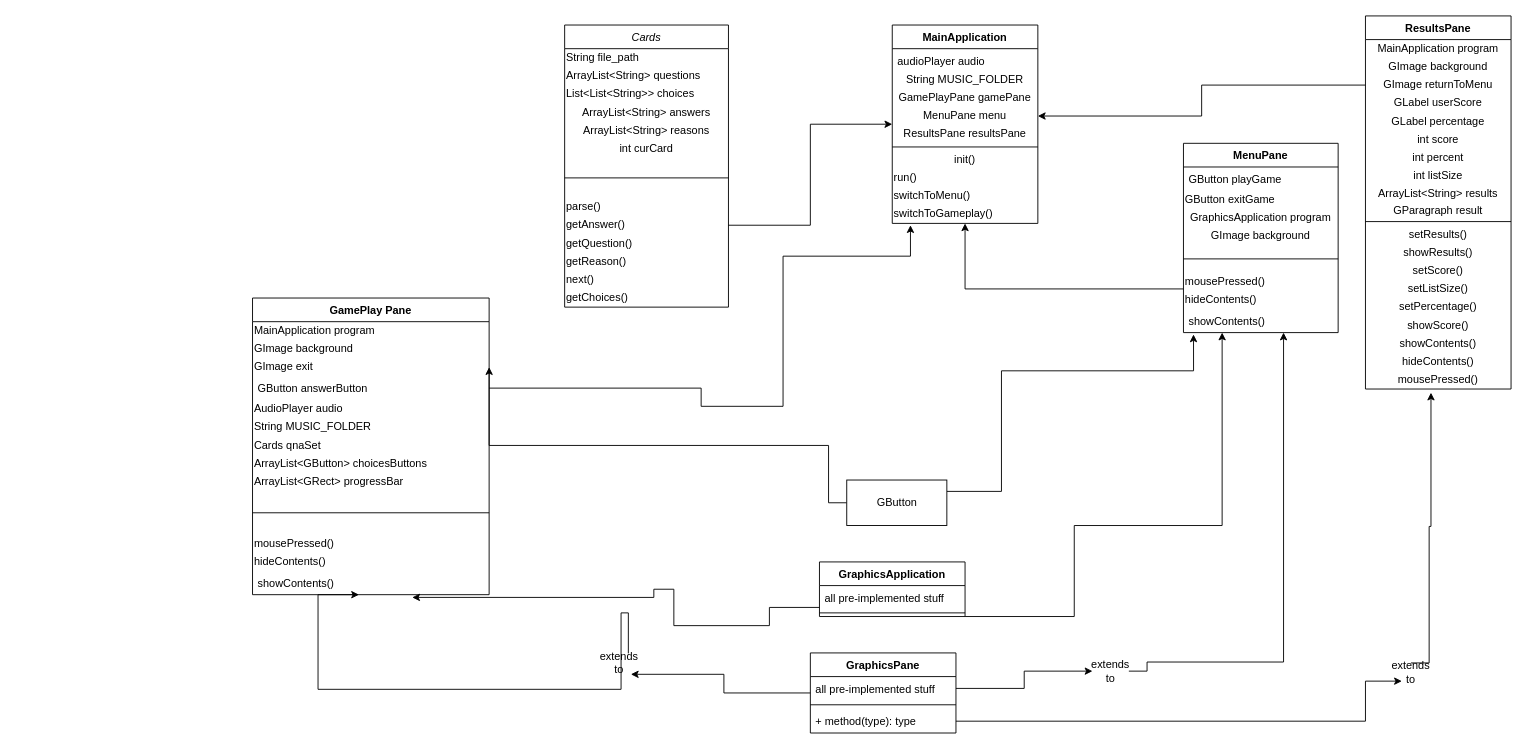
Earlier version of the draw.io diagram Untitled Diagram.drawio (Prot0ast/Repository-Name). Source tidied: cells renumbered, new cells numbered last; positions are measured from the earlier drawing's top-left corner, leaving out a move shared by most shapes. Both pictures are drawn from the tidied source at 91%, with x=0, y=0 at pixel (252, 15).
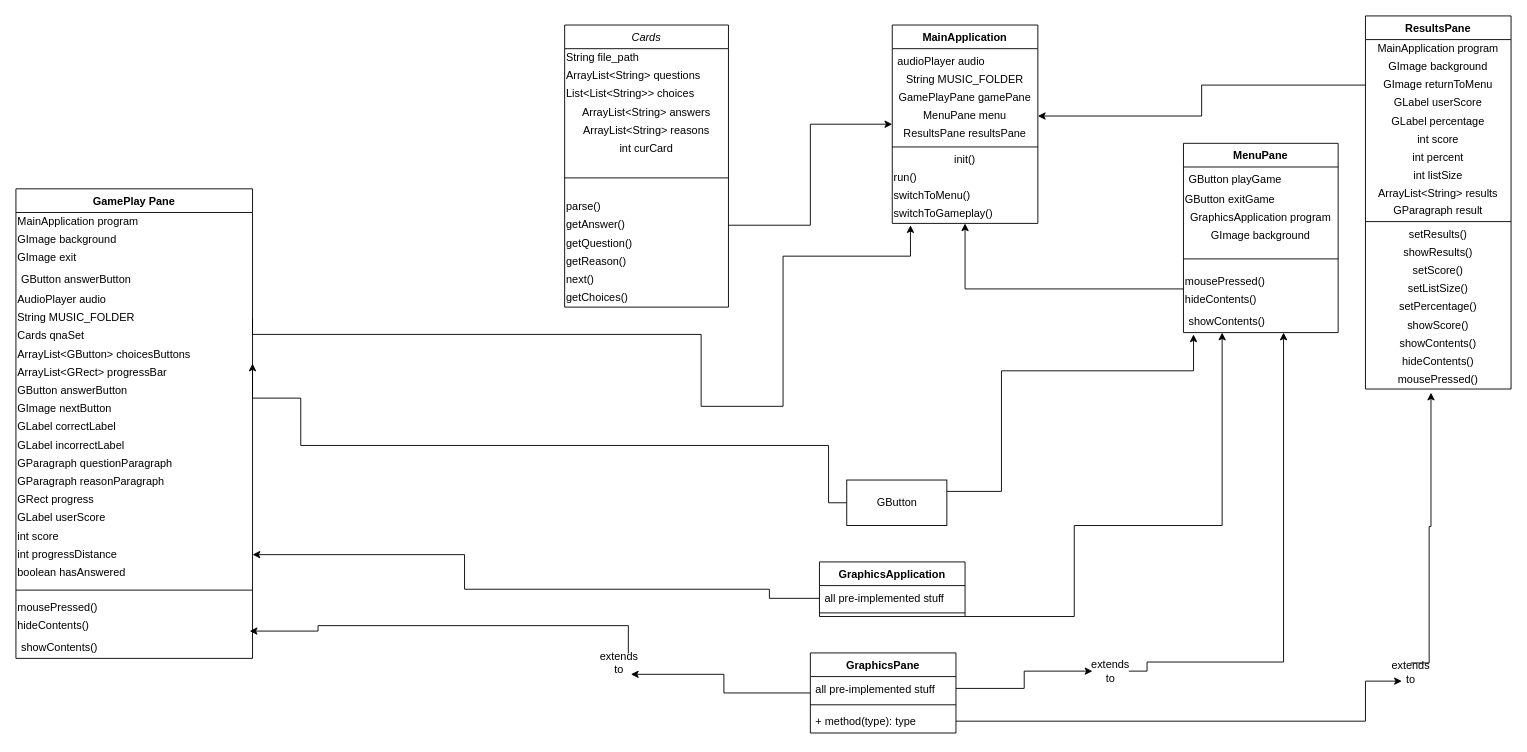
The same diagram, later.

The change refers to these unchanged cells:
```xml
<mxCell id="29" value="&lt;div align=&quot;left&quot;&gt;GImage exit&lt;/div&gt;" style="text;html=1;strokeColor=none;fillColor=none;align=left;verticalAlign=middle;whiteSpace=wrap;rounded=0;" parent="26" vertex="1">
  <mxGeometry y="66" width="260" height="20" as="geometry" />
</mxCell>
<mxCell id="30" value="GButton answerButton" style="text;strokeColor=none;fillColor=none;align=left;verticalAlign=top;spacingLeft=4;spacingRight=4;overflow=hidden;points=[[0,0.5],[1,0.5]];portConstraint=eastwest;" parent="26" vertex="1">
  <mxGeometry y="86" width="260" height="26" as="geometry" />
</mxCell>
<mxCell id="32" value="&lt;div align=&quot;left&quot;&gt;String MUSIC_FOLDER&lt;/div&gt;" style="text;html=1;strokeColor=none;fillColor=none;align=left;verticalAlign=middle;whiteSpace=wrap;rounded=0;" parent="26" vertex="1">
  <mxGeometry y="132" width="260" height="20" as="geometry" />
</mxCell>
<mxCell id="34" value="&lt;div align=&quot;left&quot;&gt;ArrayList&amp;lt;GButton&amp;gt; choicesButtons&lt;/div&gt;" style="text;html=1;strokeColor=none;fillColor=none;align=left;verticalAlign=middle;whiteSpace=wrap;rounded=0;" parent="26" vertex="1">
  <mxGeometry y="172" width="260" height="20" as="geometry" />
</mxCell>
<mxCell id="50" value="switchToGameplay()" style="text;html=1;strokeColor=none;fillColor=none;align=left;verticalAlign=middle;whiteSpace=wrap;rounded=0;" parent="40" vertex="1">
  <mxGeometry y="198" width="160" height="20" as="geometry" />
</mxCell>
<mxCell id="55" value="GraphicsApplication" style="swimlane;fontStyle=1;align=center;verticalAlign=top;horizontal=1;startSize=26;" parent="1" vertex="1">
  <mxGeometry x="623" y="600" width="160" height="60" as="geometry" />
</mxCell>
<mxCell id="64" value="extends to" style="text;html=1;strokeColor=none;fillColor=none;align=center;verticalAlign=middle;whiteSpace=wrap;rounded=0;" parent="1" vertex="1">
  <mxGeometry x="383" y="700.5" width="40" height="20" as="geometry" />
</mxCell>
<mxCell id="68" value="GButton" style="html=1;" parent="1" vertex="1">
  <mxGeometry x="653" y="510" width="110" height="50" as="geometry" />
</mxCell>
```

Diff of the diagram source:
```diff
@@
     <mxCell id="26" value="GamePlay Pane" style="swimlane;fontStyle=1;align=center;verticalAlign=top;horizontal=1;startSize=26;" parent="1" vertex="1">
-      <mxGeometry y="310" width="260" height="326" as="geometry" />
+      <mxGeometry x="-260" y="190" width="260" height="516" as="geometry" />
     </mxCell>
@@
+    <mxCell id="96" value="GButton answerButton" style="text;html=1;strokeColor=none;fillColor=none;align=left;verticalAlign=middle;whiteSpace=wrap;rounded=0;" parent="26" vertex="1">
+      <mxGeometry y="212" width="260" height="20" as="geometry" />
+    </mxCell>
+    <mxCell id="97" value="GImage nextButton" style="text;html=1;strokeColor=none;fillColor=none;align=left;verticalAlign=middle;whiteSpace=wrap;rounded=0;" parent="26" vertex="1">
+      <mxGeometry y="232" width="260" height="20" as="geometry" />
+    </mxCell>
+    <mxCell id="98" value="GLabel correctLabel" style="text;html=1;strokeColor=none;fillColor=none;align=left;verticalAlign=middle;whiteSpace=wrap;rounded=0;" parent="26" vertex="1">
+      <mxGeometry y="252" width="260" height="20" as="geometry" />
+    </mxCell>
+    <mxCell id="99" value="&lt;div align=&quot;left&quot;&gt;GLabel incorrectLabel&lt;br&gt;&lt;/div&gt;" style="text;html=1;strokeColor=none;fillColor=none;align=left;verticalAlign=middle;whiteSpace=wrap;rounded=0;" parent="26" vertex="1">
+      <mxGeometry y="272" width="260" height="20" as="geometry" />
+    </mxCell>
+    <mxCell id="100" value="&lt;div align=&quot;left&quot;&gt;GParagraph questionParagraph&lt;/div&gt;" style="text;html=1;strokeColor=none;fillColor=none;align=left;verticalAlign=middle;whiteSpace=wrap;rounded=0;" parent="26" vertex="1">
+      <mxGeometry y="292" width="260" height="20" as="geometry" />
+    </mxCell>
+    <mxCell id="101" value="&lt;div align=&quot;left&quot;&gt;GParagraph reasonParagraph&lt;/div&gt;" style="text;html=1;strokeColor=none;fillColor=none;align=left;verticalAlign=middle;whiteSpace=wrap;rounded=0;" parent="26" vertex="1">
+      <mxGeometry y="312" width="260" height="20" as="geometry" />
+    </mxCell>
+    <mxCell id="102" value="GRect progress" style="text;html=1;strokeColor=none;fillColor=none;align=left;verticalAlign=middle;whiteSpace=wrap;rounded=0;" parent="26" vertex="1">
+      <mxGeometry y="332" width="260" height="20" as="geometry" />
+    </mxCell>
+    <mxCell id="103" value="&lt;div align=&quot;left&quot;&gt;GLabel userScore&lt;/div&gt;" style="text;html=1;strokeColor=none;fillColor=none;align=left;verticalAlign=middle;whiteSpace=wrap;rounded=0;" parent="26" vertex="1">
+      <mxGeometry y="352" width="260" height="20" as="geometry" />
+    </mxCell>
+    <mxCell id="104" value="&lt;div align=&quot;left&quot;&gt;int score&lt;/div&gt;" style="text;html=1;strokeColor=none;fillColor=none;align=left;verticalAlign=middle;whiteSpace=wrap;rounded=0;" parent="26" vertex="1">
+      <mxGeometry y="372" width="260" height="20" as="geometry" />
+    </mxCell>
+    <mxCell id="105" value="&lt;div align=&quot;left&quot;&gt;int progressDistance&lt;/div&gt;" style="text;html=1;strokeColor=none;fillColor=none;align=left;verticalAlign=middle;whiteSpace=wrap;rounded=0;" parent="26" vertex="1">
+      <mxGeometry y="392" width="260" height="20" as="geometry" />
+    </mxCell>
+    <mxCell id="106" value="&lt;div align=&quot;left&quot;&gt;boolean hasAnswered&lt;/div&gt;" style="text;html=1;strokeColor=none;fillColor=none;align=left;verticalAlign=middle;whiteSpace=wrap;rounded=0;" parent="26" vertex="1">
+      <mxGeometry y="412" width="260" height="20" as="geometry" />
+    </mxCell>
     <mxCell id="36" style="line;strokeWidth=1;fillColor=none;align=left;verticalAlign=middle;spacingTop=-1;spacingLeft=3;spacingRight=3;labelPosition=right;" parent="26" vertex="1">
-      <mxGeometry y="212" width="260" height="48" as="geometry" />
+      <mxGeometry y="432" width="260" height="18" as="geometry" />
     </mxCell>
     <mxCell id="37" value="&lt;div align=&quot;left&quot;&gt;mousePressed()&lt;/div&gt;" style="text;html=1;strokeColor=none;fillColor=none;align=left;verticalAlign=middle;whiteSpace=wrap;rounded=0;" parent="26" vertex="1">
-      <mxGeometry y="260" width="260" height="20" as="geometry" />
+      <mxGeometry y="450" width="260" height="20" as="geometry" />
     </mxCell>
     <mxCell id="38" value="&lt;div align=&quot;left&quot;&gt;hideContents()&lt;/div&gt;" style="text;html=1;strokeColor=none;fillColor=none;align=left;verticalAlign=middle;whiteSpace=wrap;rounded=0;" parent="26" vertex="1">
-      <mxGeometry y="280" width="260" height="20" as="geometry" />
+      <mxGeometry y="470" width="260" height="20" as="geometry" />
     </mxCell>
     <mxCell id="39" value="showContents()" style="text;strokeColor=none;fillColor=none;align=left;verticalAlign=top;spacingLeft=4;spacingRight=4;overflow=hidden;points=[[0,0.5],[1,0.5]];portConstraint=eastwest;" parent="26" vertex="1">
-      <mxGeometry y="300" width="260" height="26" as="geometry" />
+      <mxGeometry y="490" width="260" height="26" as="geometry" />
     </mxCell>
@@
-    <mxCell id="51" style="edgeStyle=orthogonalEdgeStyle;rounded=0;jettySize=auto;html=1;entryX=0.125;entryY=1.1;entryDx=0;entryDy=0;entryPerimeter=0;" parent="1" edge="1" source="30" target="50">
+    <mxCell id="51" style="edgeStyle=orthogonalEdgeStyle;rounded=0;jettySize=auto;html=1;entryX=0.125;entryY=1.1;entryDx=0;entryDy=0;entryPerimeter=0;exitX=1;exitY=0.5;exitDx=0;exitDy=0;" parent="1" edge="1" source="32" target="50">
       <mxGeometry relative="1" as="geometry">
         <Array as="points">
+          <mxPoint y="350" />
+          <mxPoint x="493" y="350" />
           <mxPoint x="493" y="429" />
           <mxPoint x="583" y="429" />
           <mxPoint x="583" y="264" />
           <mxPoint x="723" y="264" />
         </Array>
       </mxGeometry>
     </mxCell>
@@
-    <mxCell id="53" style="edgeStyle=orthogonalEdgeStyle;rounded=0;jettySize=auto;html=1;entryX=0.675;entryY=1.115;entryDx=0;entryDy=0;entryPerimeter=0;" parent="1" edge="1" source="55" target="39">
+    <mxCell id="53" style="edgeStyle=orthogonalEdgeStyle;rounded=0;jettySize=auto;html=1;entryX=1;entryY=0.5;entryDx=0;entryDy=0;" parent="1" edge="1" source="55" target="105">
       <mxGeometry relative="1" as="geometry">
         <Array as="points">
-          <mxPoint x="568" y="650" />
-          <mxPoint x="568" y="670" />
-          <mxPoint x="463" y="670" />
-          <mxPoint x="463" y="630" />
-          <mxPoint x="441" y="630" />
+          <mxPoint x="568" y="640" />
+          <mxPoint x="568" y="630" />
+          <mxPoint x="233" y="630" />
+          <mxPoint x="233" y="592" />
         </Array>
       </mxGeometry>
     </mxCell>
@@
-    <mxCell id="58" style="edgeStyle=orthogonalEdgeStyle;rounded=0;jettySize=auto;html=1;entryX=0.45;entryY=1;entryDx=0;entryDy=0;entryPerimeter=0;" parent="1" edge="1" source="64" target="39">
+    <mxCell id="58" style="edgeStyle=orthogonalEdgeStyle;rounded=0;jettySize=auto;html=1;entryX=0.988;entryY=-0.154;entryDx=0;entryDy=0;entryPerimeter=0;" parent="1" edge="1" source="64" target="39">
       <mxGeometry relative="1" as="geometry">
         <Array as="points">
-          <mxPoint x="413" y="656" />
-          <mxPoint x="405" y="656" />
-          <mxPoint x="405" y="740" />
-          <mxPoint x="72" y="740" />
+          <mxPoint x="413" y="670" />
+          <mxPoint x="72" y="670" />
+          <mxPoint x="72" y="676" />
         </Array>
       </mxGeometry>
     </mxCell>
@@
-    <mxCell id="66" style="edgeStyle=orthogonalEdgeStyle;rounded=0;jettySize=auto;html=1;entryX=1;entryY=0.5;entryDx=0;entryDy=0;" parent="1" edge="1" source="68" target="29">
+    <mxCell id="66" style="edgeStyle=orthogonalEdgeStyle;rounded=0;jettySize=auto;html=1;entryX=1;entryY=1;entryDx=0;entryDy=0;" parent="1" edge="1" source="68" target="34">
       <mxGeometry relative="1" as="geometry">
         <Array as="points">
           <mxPoint x="633" y="535" />
           <mxPoint x="633" y="472" />
+          <mxPoint x="53" y="472" />
+          <mxPoint x="53" y="420" />
+          <mxPoint y="420" />
         </Array>
       </mxGeometry>
     </mxCell>
```
